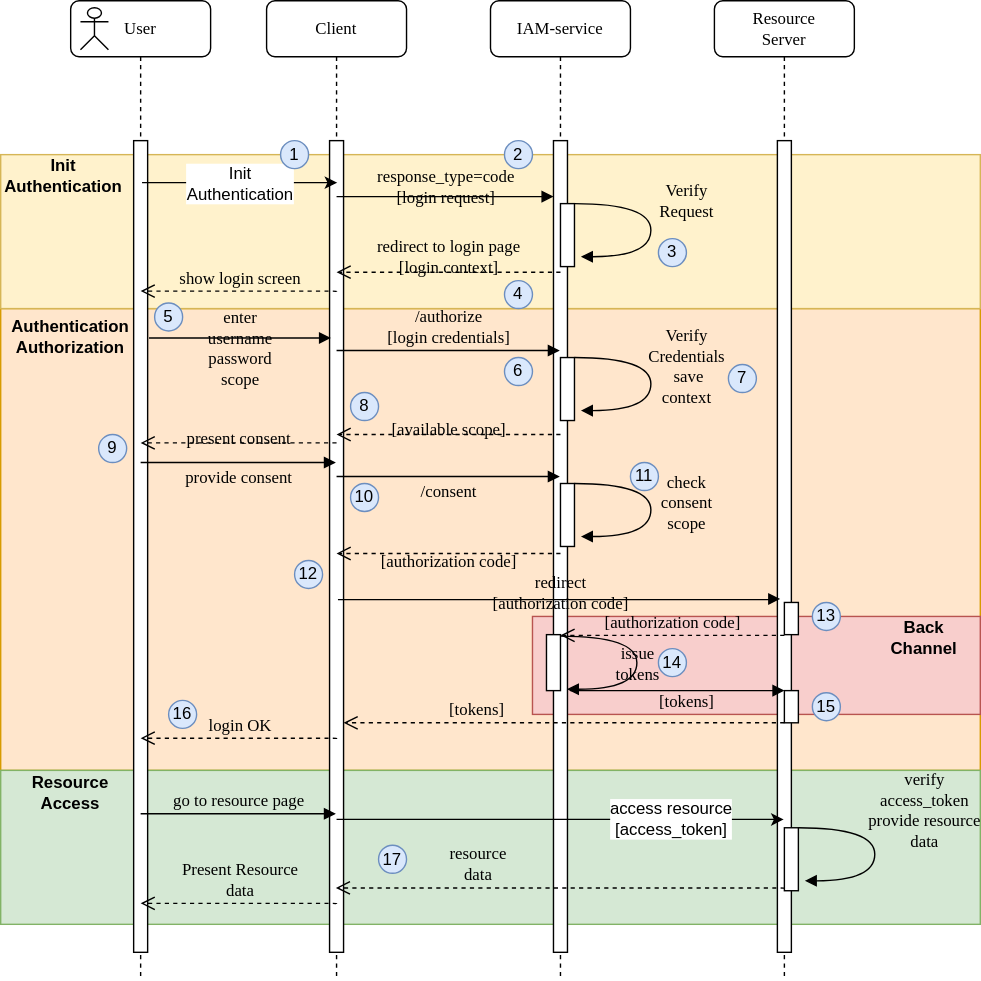
The draw.io diagram docs/oauth2/131_authorization-code-flow.svg in jveverka/iam-service, before a commit. Source tidied: cells renumbered, new cells last; positions are measured from the earlier drawing's top-left corner, leaving out a move shared by most shapes.
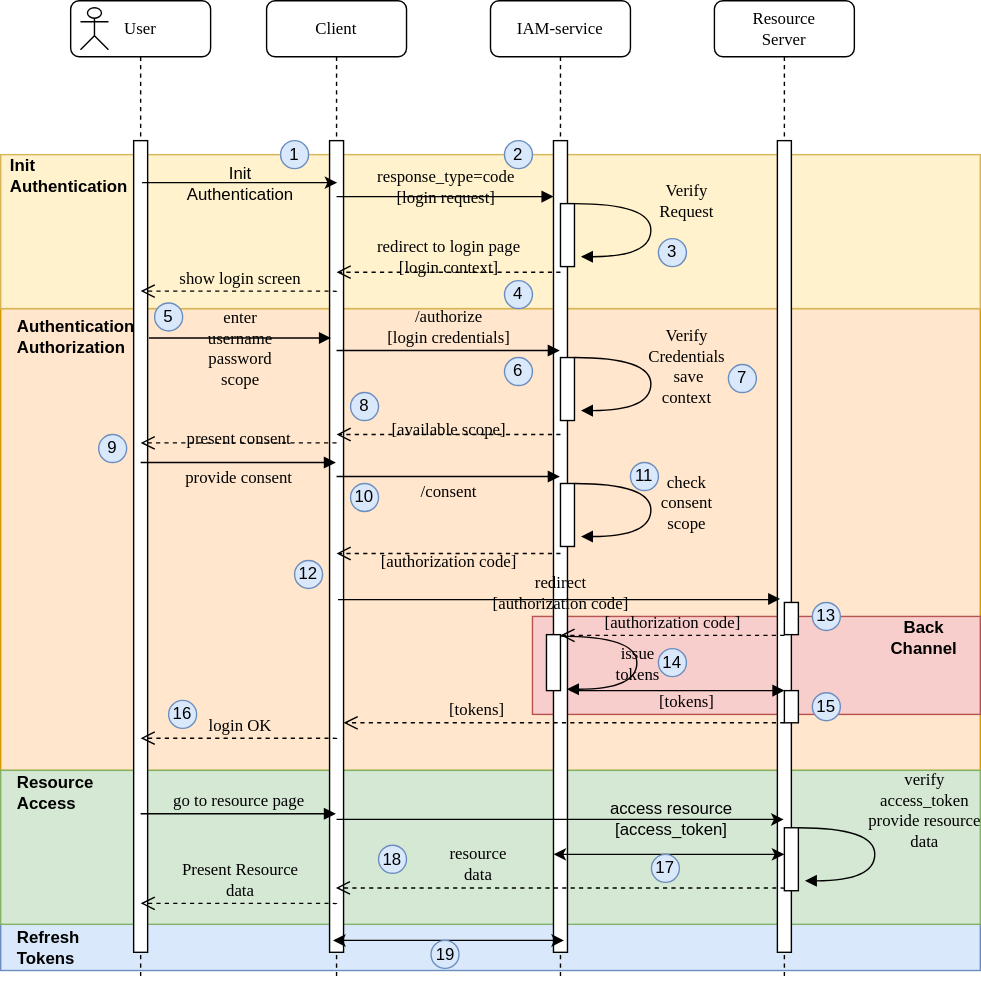
After the commit.

Change to the diagram source:
```diff
@@ -2,6 +2,9 @@
   <root>
     <mxCell id="0" />
     <mxCell id="1" parent="0" />
+    <mxCell id="70" style="rounded=0;whiteSpace=wrap;html=1;fillColor=#dae8fc;strokeColor=#6c8ebf;" parent="1" vertex="1">
+      <mxGeometry y="660" width="700" height="33" as="geometry" />
+    </mxCell>
     <mxCell id="2" style="rounded=0;whiteSpace=wrap;html=1;fillColor=#ffe6cc;strokeColor=#d79b00;" parent="1" vertex="1">
       <mxGeometry y="220" width="700" height="330" as="geometry" />
     </mxCell>
@@ -41,7 +44,7 @@
         <mxPoint x="240.5" y="130" as="targetPoint" />
       </mxGeometry>
     </mxCell>
-    <mxCell id="14" value="Init&lt;br&gt;Authentication" style="text;html=1;align=center;verticalAlign=middle;labelBackgroundColor=#ffffff;" parent="13" vertex="1">
+    <mxCell id="14" value="Init&lt;br&gt;Authentication" style="text;html=1;align=center;verticalAlign=middle;labelBackgroundColor=none;" parent="13" vertex="1">
       <mxGeometry x="0.39" y="1" relative="1" as="geometry">
         <mxPoint x="-28" y="1" as="offset" />
       </mxGeometry>
@@ -210,7 +213,7 @@
         <mxPoint x="559.5" y="585" as="targetPoint" />
       </mxGeometry>
     </mxCell>
-    <mxCell id="45" value="access resource&lt;br&gt;[access_token]" style="text;html=1;align=center;verticalAlign=middle;labelBackgroundColor=#ffffff;" parent="44" vertex="1">
+    <mxCell id="45" value="access resource&lt;br&gt;[access_token]" style="text;html=1;align=center;verticalAlign=middle;labelBackgroundColor=none;" parent="44" vertex="1">
       <mxGeometry x="0.49" y="1" relative="1" as="geometry" />
     </mxCell>
     <mxCell id="46" value="resource&lt;br&gt;data" style="html=1;verticalAlign=bottom;endArrow=open;dashed=1;endSize=8;labelBackgroundColor=none;fontFamily=Verdana;fontSize=12;edgeStyle=elbowEdgeStyle;elbow=vertical;" parent="1" edge="1">
@@ -252,16 +255,16 @@
         </Array>
       </mxGeometry>
     </mxCell>
-    <mxCell id="51" value="17" style="ellipse;whiteSpace=wrap;html=1;fillColor=#dae8fc;strokeColor=#6c8ebf;" parent="1" vertex="1">
+    <mxCell id="51" value="18" style="ellipse;whiteSpace=wrap;html=1;fillColor=#dae8fc;strokeColor=#6c8ebf;" parent="1" vertex="1">
       <mxGeometry x="270" y="603.5" width="20" height="20" as="geometry" />
     </mxCell>
-    <mxCell id="52" value="&lt;b&gt;Init&lt;br&gt;Authentication&lt;/b&gt;" style="text;html=1;strokeColor=none;fillColor=none;align=center;verticalAlign=middle;whiteSpace=wrap;rounded=0;" parent="1" vertex="1">
+    <mxCell id="52" value="&lt;b&gt;Init&lt;br&gt;Authentication&lt;/b&gt;" style="text;html=1;strokeColor=none;fillColor=none;align=left;verticalAlign=middle;whiteSpace=wrap;rounded=0;" parent="1" vertex="1">
       <mxGeometry x="5" y="110" width="80" height="30" as="geometry" />
     </mxCell>
-    <mxCell id="53" value="&lt;b&gt;Authentication&lt;br&gt;Authorization&lt;/b&gt;" style="text;html=1;strokeColor=none;fillColor=none;align=center;verticalAlign=middle;whiteSpace=wrap;rounded=0;" parent="1" vertex="1">
+    <mxCell id="53" value="&lt;b&gt;Authentication&lt;br&gt;Authorization&lt;/b&gt;" style="text;html=1;strokeColor=none;fillColor=none;align=left;verticalAlign=middle;whiteSpace=wrap;rounded=0;" parent="1" vertex="1">
       <mxGeometry x="10" y="225" width="80" height="30" as="geometry" />
     </mxCell>
-    <mxCell id="54" value="&lt;b&gt;Resource&lt;br&gt;Access&lt;/b&gt;" style="text;html=1;strokeColor=none;fillColor=none;align=center;verticalAlign=middle;whiteSpace=wrap;rounded=0;" parent="1" vertex="1">
+    <mxCell id="54" value="&lt;b&gt;Resource&lt;br&gt;Access&lt;/b&gt;" style="text;html=1;strokeColor=none;fillColor=none;align=left;verticalAlign=middle;whiteSpace=wrap;rounded=0;" parent="1" vertex="1">
       <mxGeometry x="10" y="551" width="80" height="30" as="geometry" />
     </mxCell>
     <mxCell id="55" value="redirect&lt;br&gt;[authorization code]" style="html=1;verticalAlign=bottom;endArrow=block;labelBackgroundColor=none;fontFamily=Verdana;fontSize=12;edgeStyle=elbowEdgeStyle;elbow=vertical;entryX=0.2;entryY=0.594;entryDx=0;entryDy=0;entryPerimeter=0;" parent="1" edge="1">
@@ -346,5 +349,26 @@
     <mxCell id="69" value="&lt;b&gt;Back&lt;br&gt;Channel&lt;/b&gt;" style="text;html=1;strokeColor=none;fillColor=none;align=center;verticalAlign=middle;whiteSpace=wrap;rounded=0;" parent="1" vertex="1">
       <mxGeometry x="620" y="440" width="80" height="30" as="geometry" />
     </mxCell>
+    <mxCell id="71" style="endArrow=classic;startArrow=classic;html=1;" parent="1" edge="1">
+      <mxGeometry relative="1" as="geometry">
+        <mxPoint x="395" y="610" as="sourcePoint" />
+        <mxPoint x="560" y="610" as="targetPoint" />
+      </mxGeometry>
+    </mxCell>
+    <mxCell id="72" value="17" style="ellipse;whiteSpace=wrap;html=1;fillColor=#dae8fc;strokeColor=#6c8ebf;" parent="1" vertex="1">
+      <mxGeometry x="465" y="610" width="20" height="20" as="geometry" />
+    </mxCell>
+    <mxCell id="73" value="&lt;b&gt;Refresh Tokens&lt;/b&gt;" style="text;html=1;strokeColor=none;fillColor=none;align=left;verticalAlign=middle;whiteSpace=wrap;rounded=0;" parent="1" vertex="1">
+      <mxGeometry x="10" y="661.5" width="80" height="30" as="geometry" />
+    </mxCell>
+    <mxCell id="74" style="endArrow=classic;startArrow=classic;html=1;" parent="1" edge="1">
+      <mxGeometry relative="1" as="geometry">
+        <mxPoint x="237.5" y="671.5" as="sourcePoint" />
+        <mxPoint x="402.5" y="671.5" as="targetPoint" />
+      </mxGeometry>
+    </mxCell>
+    <mxCell id="75" value="19" style="ellipse;whiteSpace=wrap;html=1;fillColor=#dae8fc;strokeColor=#6c8ebf;" parent="1" vertex="1">
+      <mxGeometry x="307.5" y="671.5" width="20" height="20" as="geometry" />
+    </mxCell>
   </root>
 </mxGraphModel>
```
